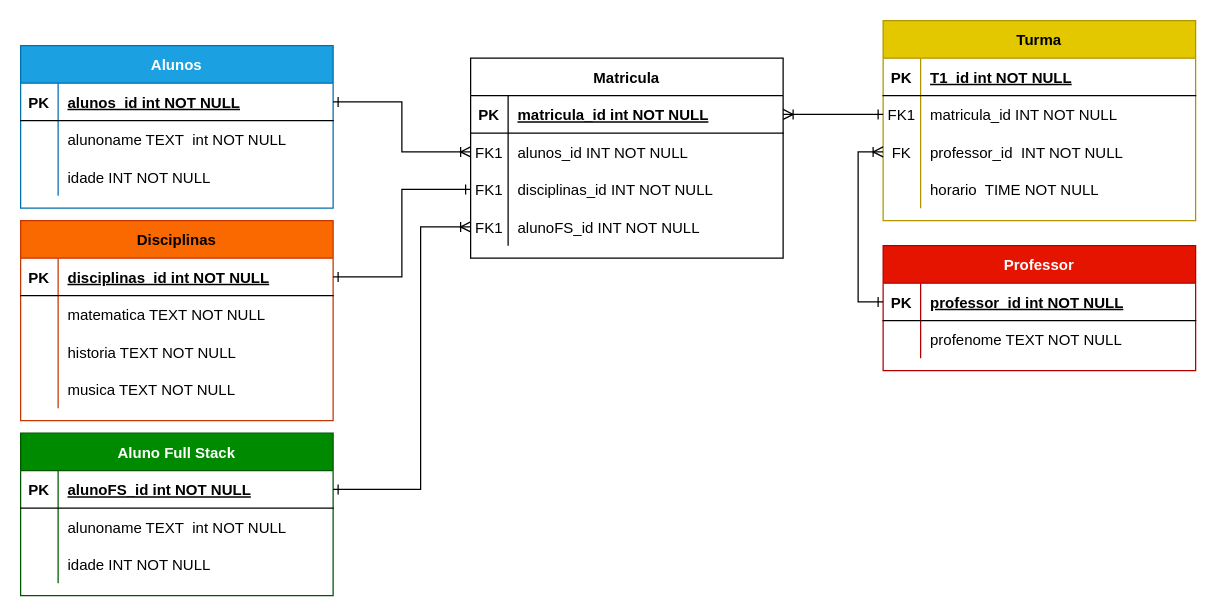
The draw.io diagram Diagrama sem nome.drawio in PedroHenryy0/Recup_Banco_Dados, before the edit. Source tidied: cells renumbered, new cells numbered last; positions are measured from the earlier drawing's top-left corner, leaving out a move shared by most shapes. Both pictures are drawn from the tidied source at 125%, with x=0, y=0 at pixel (20, 20).
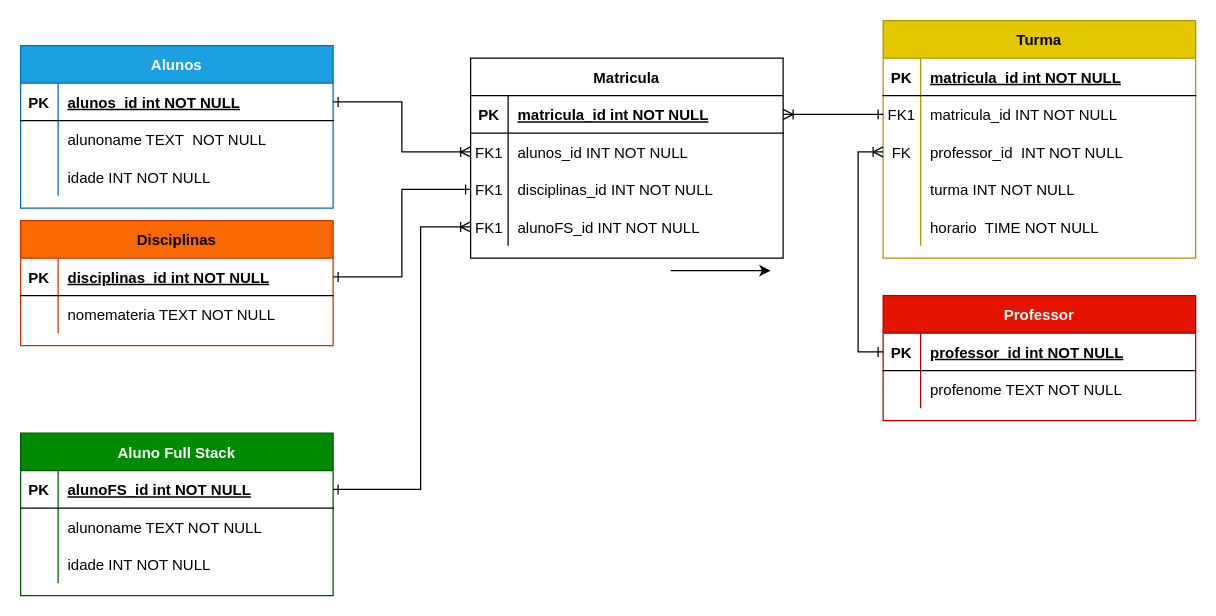
Above is the later version.

Unchanged cells that the change refers to:
```xml
<mxCell id="13" style="shape=partialRectangle;fillColor=none;top=0;left=0;right=0;bottom=0;" parent="9" vertex="1">
  <mxGeometry y="60" width="250" height="30" as="geometry" />
</mxCell>
<mxCell id="26" style="shape=partialRectangle;fillColor=none;top=0;left=0;right=0;bottom=0;" parent="22" vertex="1">
  <mxGeometry y="60" width="250" height="30" as="geometry" />
</mxCell>
<mxCell id="33" style="shape=partialRectangle;fillColor=none;top=0;left=0;right=0;bottom=1;" parent="32" vertex="1">
  <mxGeometry y="30" width="250" height="30" as="geometry" />
</mxCell>
<mxCell id="42" style="shape=partialRectangle;fillColor=none;top=0;left=0;right=0;bottom=0;" parent="32" vertex="1">
  <mxGeometry y="120" width="250" height="30" as="geometry" />
</mxCell>
<mxCell id="49" style="shape=partialRectangle;fillColor=none;top=0;left=0;right=0;bottom=0;" parent="45" vertex="1">
  <mxGeometry y="60" width="250" height="30" as="geometry" />
</mxCell>
```

Change to the diagram source:
```diff
@@
     <mxCell id="2" value="Professor" style="shape=table;startSize=30;childLayout=tableLayout;rowLines=0;fontStyle=1;align=center;fillColor=light-dark(#E51400,#CC0000);fontColor=#ffffff;strokeColor=#B20000;" parent="1" vertex="1">
-      <mxGeometry x="690" y="180" width="250" height="100" as="geometry" />
+      <mxGeometry x="690" y="220" width="250" height="100" as="geometry" />
     </mxCell>
@@
     <mxCell id="9" value="Disciplinas" style="shape=table;startSize=30;childLayout=tableLayout;rowLines=0;fontStyle=1;align=center;fillColor=#fa6800;fontColor=#000000;strokeColor=#C73500;" parent="1" vertex="1">
-      <mxGeometry y="160" width="250" height="160" as="geometry" />
+      <mxGeometry y="160" width="250" height="100" as="geometry" />
     </mxCell>
@@
-    <mxCell id="15" value="matematica TEXT NOT NULL" style="shape=partialRectangle;overflow=hidden;fillColor=none;top=0;left=0;bottom=0;right=0;align=left;spacingLeft=6;" parent="13" vertex="1">
+    <mxCell id="15" value="nomemateria TEXT NOT NULL" style="shape=partialRectangle;overflow=hidden;fillColor=none;top=0;left=0;bottom=0;right=0;align=left;spacingLeft=6;" parent="13" vertex="1">
       <mxGeometry x="30" width="220" height="30" as="geometry" />
     </mxCell>
-    <mxCell id="16" style="shape=partialRectangle;fillColor=none;top=0;left=0;right=0;bottom=0;" parent="9" vertex="1">
-      <mxGeometry y="90" width="250" height="30" as="geometry" />
-    </mxCell>
-    <mxCell id="17" style="shape=partialRectangle;overflow=hidden;fillColor=none;top=0;left=0;bottom=0;right=0;" parent="16" vertex="1">
-      <mxGeometry width="30" height="30" as="geometry" />
-    </mxCell>
-    <mxCell id="18" value="historia TEXT NOT NULL" style="shape=partialRectangle;overflow=hidden;fillColor=none;top=0;left=0;bottom=0;right=0;align=left;spacingLeft=6;" parent="16" vertex="1">
-      <mxGeometry x="30" width="220" height="30" as="geometry" />
-    </mxCell>
-    <mxCell id="19" style="shape=partialRectangle;fillColor=none;top=0;left=0;right=0;bottom=0;" parent="9" vertex="1">
-      <mxGeometry y="120" width="250" height="30" as="geometry" />
-    </mxCell>
-    <mxCell id="20" style="shape=partialRectangle;overflow=hidden;fillColor=none;top=0;left=0;bottom=0;right=0;" parent="19" vertex="1">
-      <mxGeometry width="30" height="30" as="geometry" />
-    </mxCell>
-    <mxCell id="21" value="musica TEXT NOT NULL" style="shape=partialRectangle;overflow=hidden;fillColor=none;top=0;left=0;bottom=0;right=0;align=left;spacingLeft=6;" parent="19" vertex="1">
-      <mxGeometry x="30" width="220" height="30" as="geometry" />
-    </mxCell>
@@
-    <mxCell id="28" value="alunoname TEXT  int NOT NULL" style="shape=partialRectangle;overflow=hidden;fillColor=none;top=0;left=0;bottom=0;right=0;align=left;spacingLeft=6;" parent="26" vertex="1">
+    <mxCell id="28" value="alunoname TEXT  NOT NULL" style="shape=partialRectangle;overflow=hidden;fillColor=none;top=0;left=0;bottom=0;right=0;align=left;spacingLeft=6;" parent="26" vertex="1">
       <mxGeometry x="30" width="220" height="30" as="geometry" />
     </mxCell>
@@
     <mxCell id="32" value="Turma" style="shape=table;startSize=30;childLayout=tableLayout;rowLines=0;fontStyle=1;align=center;fillColor=light-dark(#E3C800,#FFFF00);fontColor=light-dark(#000000,#000000);strokeColor=#B09500;" parent="1" vertex="1">
-      <mxGeometry x="690" width="250" height="160" as="geometry" />
+      <mxGeometry x="690" width="250" height="190" as="geometry" />
     </mxCell>
@@
-    <mxCell id="35" value="T1_id int NOT NULL " style="shape=partialRectangle;overflow=hidden;fillColor=none;top=0;left=0;bottom=0;right=0;align=left;spacingLeft=6;fontStyle=5;" parent="33" vertex="1">
+    <mxCell id="35" value="matricula_id int NOT NULL " style="shape=partialRectangle;overflow=hidden;fillColor=none;top=0;left=0;bottom=0;right=0;align=left;spacingLeft=6;fontStyle=5;" parent="33" vertex="1">
       <mxGeometry x="30" width="220" height="30" as="geometry" />
     </mxCell>
@@
-    <mxCell id="44" value="horario  TIME NOT NULL" style="shape=partialRectangle;overflow=hidden;fillColor=none;top=0;left=0;bottom=0;right=0;align=left;spacingLeft=6;" parent="42" vertex="1">
+    <mxCell id="44" value="turma INT NOT NULL" style="shape=partialRectangle;overflow=hidden;fillColor=none;top=0;left=0;bottom=0;right=0;align=left;spacingLeft=6;" parent="42" vertex="1">
       <mxGeometry x="30" width="220" height="30" as="geometry" />
     </mxCell>
+    <mxCell id="73" style="shape=partialRectangle;fillColor=none;top=0;left=0;right=0;bottom=0;" parent="32" vertex="1">
+      <mxGeometry y="150" width="250" height="30" as="geometry" />
+    </mxCell>
+    <mxCell id="74" style="shape=partialRectangle;overflow=hidden;fillColor=none;top=0;left=0;bottom=0;right=0;" parent="73" vertex="1">
+      <mxGeometry width="30" height="30" as="geometry" />
+    </mxCell>
+    <mxCell id="75" value="horario  TIME NOT NULL" style="shape=partialRectangle;overflow=hidden;fillColor=none;top=0;left=0;bottom=0;right=0;align=left;spacingLeft=6;" parent="73" vertex="1">
+      <mxGeometry x="30" width="220" height="30" as="geometry" />
+    </mxCell>
@@
-    <mxCell id="51" value="alunoname TEXT  int NOT NULL" style="shape=partialRectangle;overflow=hidden;fillColor=none;top=0;left=0;bottom=0;right=0;align=left;spacingLeft=6;" parent="49" vertex="1">
+    <mxCell id="51" value="alunoname TEXT NOT NULL" style="shape=partialRectangle;overflow=hidden;fillColor=none;top=0;left=0;bottom=0;right=0;align=left;spacingLeft=6;" parent="49" vertex="1">
       <mxGeometry x="30" width="220" height="30" as="geometry" />
     </mxCell>
@@
+    <mxCell id="76" style="edgeStyle=none;orthogonalLoop=1;jettySize=auto;html=1;rounded=0;" parent="1" edge="1">
+      <mxGeometry relative="1" as="geometry">
+        <mxPoint x="520" y="200" as="sourcePoint" />
+        <mxPoint x="600" y="200" as="targetPoint" />
+      </mxGeometry>
+    </mxCell>
```
